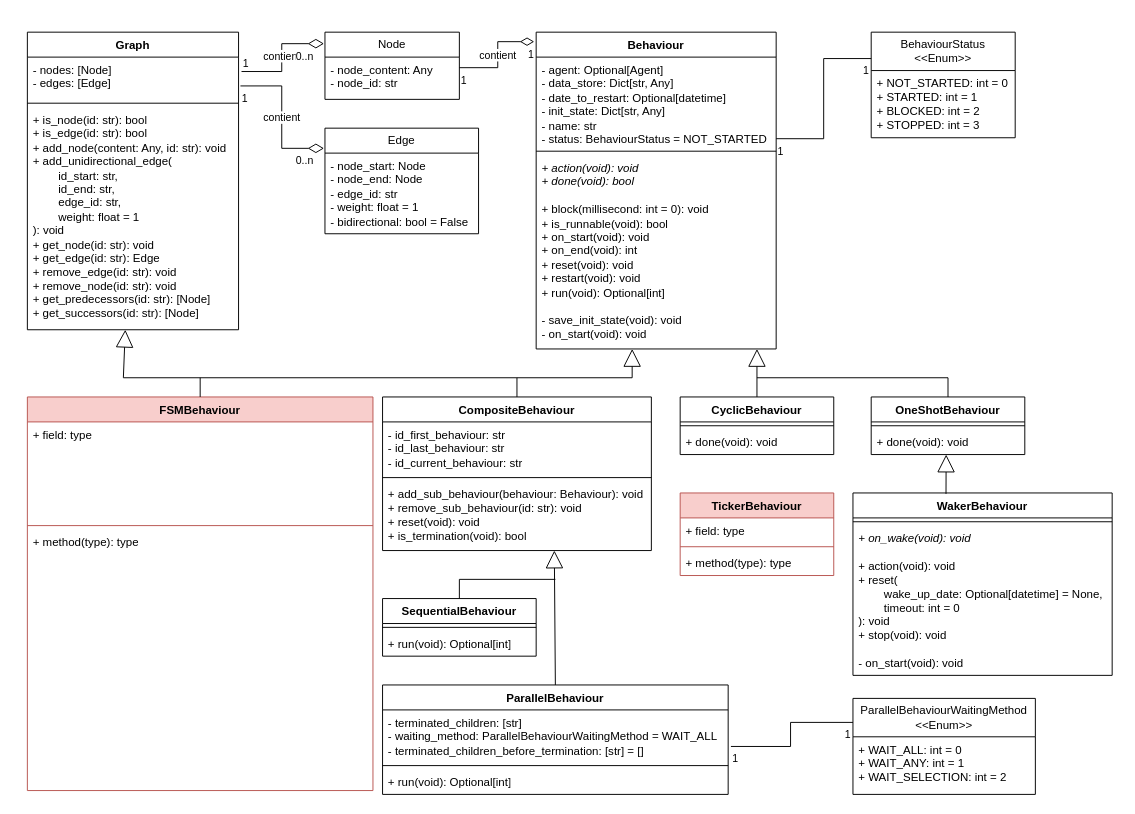
DevAI-64/pysma-tool keeps this draw.io diagram as spec_sma.drawio. Above is the earlier version. Source tidied: cells renumbered, new cells numbered last; positions are measured from the earlier drawing's top-left corner, leaving out a move shared by most shapes. Both pictures are drawn from the tidied source at 96%, with x=0, y=0 at pixel (27, 32).
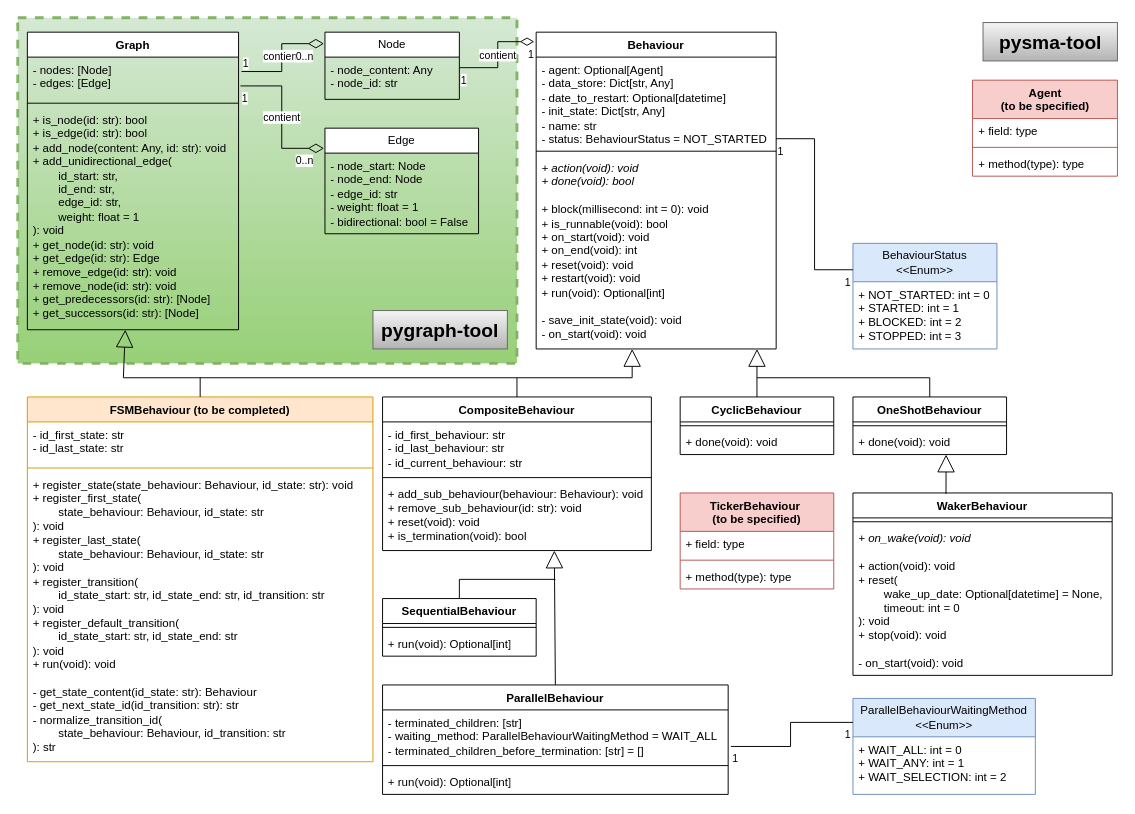
Above is the later version.

Commit message (it also covers changes not shown here):
Mettre à jour spec_sma.drawio

The change refers to these unchanged cells:
```xml
<mxCell id="25" value="+ done(void): void" style="text;strokeColor=none;fillColor=none;align=left;verticalAlign=top;spacingLeft=4;spacingRight=4;overflow=hidden;points=[[0,0.5],[1,0.5]];portConstraint=eastwest;whiteSpace=wrap;html=1;rounded=0;" parent="23" vertex="1">
  <mxGeometry y="34" width="160" height="26" as="geometry" />
</mxCell>
<mxCell id="29" value="WakerBehaviour" style="swimlane;fontStyle=1;align=center;verticalAlign=top;horizontal=1;startSize=26;whiteSpace=wrap;html=1;rounded=0;" parent="1" vertex="1">
  <mxGeometry x="860" y="480" width="270" height="190" as="geometry" />
</mxCell>
```

Diff of the diagram source:
```diff
@@
+    <mxCell id="69" style="rounded=0;whiteSpace=wrap;html=1;dashed=1;fillColor=#d5e8d4;strokeColor=#82b366;gradientColor=#97d077;strokeWidth=3;" parent="1" vertex="1">
+      <mxGeometry x="-10" y="-15" width="520" height="360" as="geometry" />
+    </mxCell>
@@
     <mxCell id="23" value="OneShotBehaviour" style="swimlane;fontStyle=1;align=center;verticalAlign=top;horizontal=1;startSize=26;whiteSpace=wrap;html=1;rounded=0;" parent="1" vertex="1">
-      <mxGeometry x="879" y="380" width="160" height="60" as="geometry" />
+      <mxGeometry x="860" y="380" width="160" height="60" as="geometry" />
     </mxCell>
@@
     <mxCell id="33" style="endArrow=none;endFill=0;endSize=24;html=1;rounded=0;entryX=0.5;entryY=0;entryDx=0;entryDy=0;" parent="1" edge="1" target="23">
       <mxGeometry relative="1" as="geometry">
         <mxPoint x="760" y="360" as="sourcePoint" />
         <Array as="points">
-          <mxPoint x="959" y="360" />
+          <mxPoint x="940" y="360" />
         </Array>
       </mxGeometry>
     </mxCell>
@@
-    <mxCell id="40" value="FSMBehaviour" style="swimlane;fontStyle=1;align=center;verticalAlign=top;horizontal=1;startSize=26;whiteSpace=wrap;html=1;fillColor=#f8cecc;strokeColor=#b85450;rounded=0;" parent="1" vertex="1">
-      <mxGeometry y="380" width="360" height="410" as="geometry" />
+    <mxCell id="40" value="FSMBehaviour (to be completed)" style="swimlane;fontStyle=1;align=center;verticalAlign=top;horizontal=1;startSize=26;whiteSpace=wrap;html=1;rounded=0;fillColor=#ffe6cc;strokeColor=#d79b00;" parent="1" vertex="1">
+      <mxGeometry y="380" width="360" height="380" as="geometry" />
     </mxCell>
-    <mxCell id="41" value="+ field: type" style="text;strokeColor=none;fillColor=none;align=left;verticalAlign=top;spacingLeft=4;spacingRight=4;overflow=hidden;whiteSpace=wrap;html=1;rounded=0;" parent="40" vertex="1">
-      <mxGeometry y="26" width="360" height="104" as="geometry" />
+    <mxCell id="41" value="- id_first_state: str&lt;div&gt;- id_last_state: str&lt;/div&gt;" style="text;strokeColor=none;fillColor=none;align=left;verticalAlign=top;spacingLeft=4;spacingRight=4;overflow=hidden;whiteSpace=wrap;html=1;rounded=0;" parent="40" vertex="1">
+      <mxGeometry y="26" width="360" height="44" as="geometry" />
     </mxCell>
     <mxCell id="42" style="line;strokeWidth=1;fillColor=none;align=left;verticalAlign=middle;spacingTop=-1;spacingLeft=3;spacingRight=3;labelPosition=right;strokeColor=inherit;rounded=0;" parent="40" vertex="1">
-      <mxGeometry y="130" width="360" height="8" as="geometry" />
+      <mxGeometry y="70" width="360" height="8" as="geometry" />
     </mxCell>
-    <mxCell id="43" value="+ method(type): type" style="text;strokeColor=none;fillColor=none;align=left;verticalAlign=top;spacingLeft=4;spacingRight=4;overflow=hidden;whiteSpace=wrap;html=1;rounded=0;" parent="40" vertex="1">
-      <mxGeometry y="138" width="360" height="272" as="geometry" />
+    <mxCell id="43" value="+ register_state(state_behaviour: Behaviour, id_state: str): void&lt;div&gt;+ register_first_state(&lt;/div&gt;&lt;div&gt;&lt;span style=&quot;white-space: pre;&quot;&gt;&#9;&lt;/span&gt;state_behaviour: Behaviour,&amp;nbsp;&lt;span style=&quot;background-color: initial;&quot;&gt;id_state: str&lt;/span&gt;&lt;/div&gt;&lt;div&gt;): void&lt;/div&gt;&lt;div&gt;+ register_last_state(&lt;/div&gt;&lt;div&gt;&lt;span style=&quot;white-space: pre;&quot;&gt;&#9;&lt;/span&gt;state_behaviour: Behaviour,&amp;nbsp;&lt;span style=&quot;background-color: initial;&quot;&gt;id_state: str&lt;/span&gt;&lt;/div&gt;&lt;div&gt;&lt;span style=&quot;background-color: initial;&quot;&gt;): void&lt;/span&gt;&lt;/div&gt;&lt;div&gt;&lt;span style=&quot;background-color: initial;&quot;&gt;+ register_transition(&lt;/span&gt;&lt;/div&gt;&lt;div&gt;&lt;span style=&quot;background-color: initial;&quot;&gt;&lt;span style=&quot;white-space: pre;&quot;&gt;&#9;&lt;/span&gt;id_state_start: str,&amp;nbsp;&lt;/span&gt;&lt;span style=&quot;background-color: initial;&quot;&gt;id_state_end: str,&amp;nbsp;&lt;/span&gt;&lt;span style=&quot;background-color: initial;&quot;&gt;id_transition: str&lt;/span&gt;&lt;/div&gt;&lt;div&gt;&lt;span style=&quot;background-color: initial;&quot;&gt;): void&lt;/span&gt;&lt;/div&gt;&lt;div&gt;&lt;span style=&quot;background-color: initial;&quot;&gt;+ register_default_transition(&lt;/span&gt;&lt;/div&gt;&lt;div&gt;&lt;div&gt;&lt;span style=&quot;background-color: initial;&quot;&gt;&lt;span style=&quot;white-space: pre;&quot;&gt;&#9;&lt;/span&gt;id_state_start: str,&amp;nbsp;&lt;/span&gt;&lt;span style=&quot;background-color: initial;&quot;&gt;id_state_end: str&lt;/span&gt;&lt;/div&gt;&lt;div&gt;&lt;span style=&quot;background-color: initial;&quot;&gt;): void&lt;/span&gt;&lt;/div&gt;&lt;/div&gt;&lt;div&gt;&lt;span style=&quot;background-color: initial;&quot;&gt;+ run(void): void&lt;/span&gt;&lt;/div&gt;&lt;div&gt;&lt;br&gt;&lt;/div&gt;&lt;div&gt;- get_state_content(id_state: str): Behaviour&lt;/div&gt;&lt;div&gt;- get_next_state_id(id_transition: str): str&lt;/div&gt;&lt;div&gt;- normalize_transition_id(&lt;/div&gt;&lt;div&gt;&lt;span style=&quot;white-space: pre;&quot;&gt;&#9;&lt;/span&gt;state_behaviour: Behaviour, id_transition: str&lt;/div&gt;&lt;div&gt;): str&lt;/div&gt;" style="text;strokeColor=none;fillColor=none;align=left;verticalAlign=top;spacingLeft=4;spacingRight=4;overflow=hidden;whiteSpace=wrap;html=1;rounded=0;" parent="40" vertex="1">
+      <mxGeometry y="78" width="360" height="302" as="geometry" />
     </mxCell>
@@
-    <mxCell id="47" value="TickerBehaviour" style="swimlane;fontStyle=1;align=center;verticalAlign=top;horizontal=1;startSize=26;whiteSpace=wrap;html=1;fillColor=#f8cecc;strokeColor=#b85450;rounded=0;" parent="1" vertex="1">
-      <mxGeometry x="680" y="480" width="160" height="86" as="geometry" />
+    <mxCell id="47" value="TickerBehaviour&amp;nbsp;&lt;div&gt;(to be specified)&lt;/div&gt;" style="swimlane;fontStyle=1;align=center;verticalAlign=top;horizontal=1;startSize=40;whiteSpace=wrap;html=1;fillColor=#f8cecc;strokeColor=#b85450;rounded=0;" parent="1" vertex="1">
+      <mxGeometry x="680" y="480" width="160" height="100" as="geometry" />
     </mxCell>
     <mxCell id="48" value="+ field: type" style="text;strokeColor=none;fillColor=none;align=left;verticalAlign=top;spacingLeft=4;spacingRight=4;overflow=hidden;whiteSpace=wrap;html=1;rounded=0;" parent="47" vertex="1">
-      <mxGeometry y="26" width="160" height="26" as="geometry" />
+      <mxGeometry y="40" width="160" height="26" as="geometry" />
     </mxCell>
     <mxCell id="49" style="line;strokeWidth=1;fillColor=none;align=left;verticalAlign=middle;spacingTop=-1;spacingLeft=3;spacingRight=3;labelPosition=right;strokeColor=inherit;rounded=0;" parent="47" vertex="1">
-      <mxGeometry y="52" width="160" height="8" as="geometry" />
+      <mxGeometry y="66" width="160" height="8" as="geometry" />
     </mxCell>
     <mxCell id="50" value="+ method(type): type" style="text;strokeColor=none;fillColor=none;align=left;verticalAlign=top;spacingLeft=4;spacingRight=4;overflow=hidden;whiteSpace=wrap;html=1;rounded=0;" parent="47" vertex="1">
-      <mxGeometry y="60" width="160" height="26" as="geometry" />
+      <mxGeometry y="74" width="160" height="26" as="geometry" />
     </mxCell>
@@
-    <mxCell id="58" value="BehaviourStatus&lt;div&gt;&amp;lt;&amp;lt;Enum&amp;gt;&amp;gt;&lt;/div&gt;" style="swimlane;fontStyle=0;horizontal=1;startSize=40;whiteSpace=wrap;html=1;" parent="1" vertex="1">
-      <mxGeometry x="879" width="150" height="110" as="geometry" />
+    <mxCell id="58" value="BehaviourStatus&lt;div&gt;&amp;lt;&amp;lt;Enum&amp;gt;&amp;gt;&lt;/div&gt;" style="swimlane;fontStyle=0;horizontal=1;startSize=40;whiteSpace=wrap;html=1;fillColor=#dae8fc;strokeColor=#6c8ebf;" parent="1" vertex="1">
+      <mxGeometry x="860" y="220" width="150" height="110" as="geometry" />
     </mxCell>
@@
-    <mxCell id="63" value="&lt;div&gt;ParallelBehaviourWaitingMethod&lt;/div&gt;&lt;div&gt;&amp;lt;&amp;lt;Enum&amp;gt;&amp;gt;&lt;/div&gt;" style="swimlane;fontStyle=0;horizontal=1;startSize=40;whiteSpace=wrap;html=1;" parent="1" vertex="1">
+    <mxCell id="63" value="&lt;div&gt;ParallelBehaviourWaitingMethod&lt;/div&gt;&lt;div&gt;&amp;lt;&amp;lt;Enum&amp;gt;&amp;gt;&lt;/div&gt;" style="swimlane;fontStyle=0;horizontal=1;startSize=40;whiteSpace=wrap;html=1;fillColor=#dae8fc;strokeColor=#6c8ebf;" parent="1" vertex="1">
       <mxGeometry x="860" y="694" width="190" height="100" as="geometry" />
     </mxCell>
@@
-    <mxCell id="68" style="endArrow=block;endSize=16;endFill=0;html=1;rounded=0;entryX=0.488;entryY=1;entryDx=0;entryDy=0;entryPerimeter=0;exitX=0.359;exitY=0.005;exitDx=0;exitDy=0;exitPerimeter=0;" parent="1" edge="1" source="29" target="25">
-      <mxGeometry relative="1" as="geometry" />
+    <mxCell id="68" style="endArrow=block;endSize=16;endFill=0;html=1;rounded=0;exitX=0.359;exitY=0.005;exitDx=0;exitDy=0;exitPerimeter=0;" parent="1" edge="1" source="29">
+      <mxGeometry relative="1" as="geometry">
+        <mxPoint x="957" y="440" as="targetPoint" />
+      </mxGeometry>
     </mxCell>
+    <mxCell id="70" value="&lt;b&gt;&lt;font style=&quot;font-size: 20px;&quot;&gt;pygraph-tool&lt;/font&gt;&lt;/b&gt;" style="text;html=1;align=center;verticalAlign=middle;whiteSpace=wrap;rounded=0;fillColor=#f5f5f5;gradientColor=#b3b3b3;strokeColor=#666666;" parent="1" vertex="1">
+      <mxGeometry x="360" y="290" width="140" height="40" as="geometry" />
+    </mxCell>
+    <mxCell id="71" value="&lt;b&gt;&lt;font style=&quot;font-size: 20px;&quot;&gt;pysma-tool&lt;/font&gt;&lt;/b&gt;" style="text;html=1;align=center;verticalAlign=middle;whiteSpace=wrap;rounded=0;fillColor=#f5f5f5;gradientColor=#b3b3b3;strokeColor=#666666;" parent="1" vertex="1">
+      <mxGeometry x="995.5" y="-10" width="140" height="40" as="geometry" />
+    </mxCell>
+    <mxCell id="72" value="&lt;div&gt;Agent&lt;/div&gt;&lt;div&gt;(to be specified)&lt;/div&gt;" style="swimlane;fontStyle=1;align=center;verticalAlign=top;horizontal=1;startSize=40;whiteSpace=wrap;html=1;fillColor=#f8cecc;strokeColor=#b85450;rounded=0;" parent="1" vertex="1">
+      <mxGeometry x="984.5" y="50" width="151" height="100" as="geometry" />
+    </mxCell>
+    <mxCell id="73" value="+ field: type" style="text;strokeColor=none;fillColor=none;align=left;verticalAlign=top;spacingLeft=4;spacingRight=4;overflow=hidden;whiteSpace=wrap;html=1;rounded=0;" parent="72" vertex="1">
+      <mxGeometry y="40" width="151" height="26" as="geometry" />
+    </mxCell>
+    <mxCell id="74" style="line;strokeWidth=1;fillColor=none;align=left;verticalAlign=middle;spacingTop=-1;spacingLeft=3;spacingRight=3;labelPosition=right;strokeColor=inherit;rounded=0;" parent="72" vertex="1">
+      <mxGeometry y="66" width="151" height="8" as="geometry" />
+    </mxCell>
+    <mxCell id="75" value="+ method(type): type" style="text;strokeColor=none;fillColor=none;align=left;verticalAlign=top;spacingLeft=4;spacingRight=4;overflow=hidden;whiteSpace=wrap;html=1;rounded=0;" parent="72" vertex="1">
+      <mxGeometry y="74" width="151" height="26" as="geometry" />
+    </mxCell>
```
